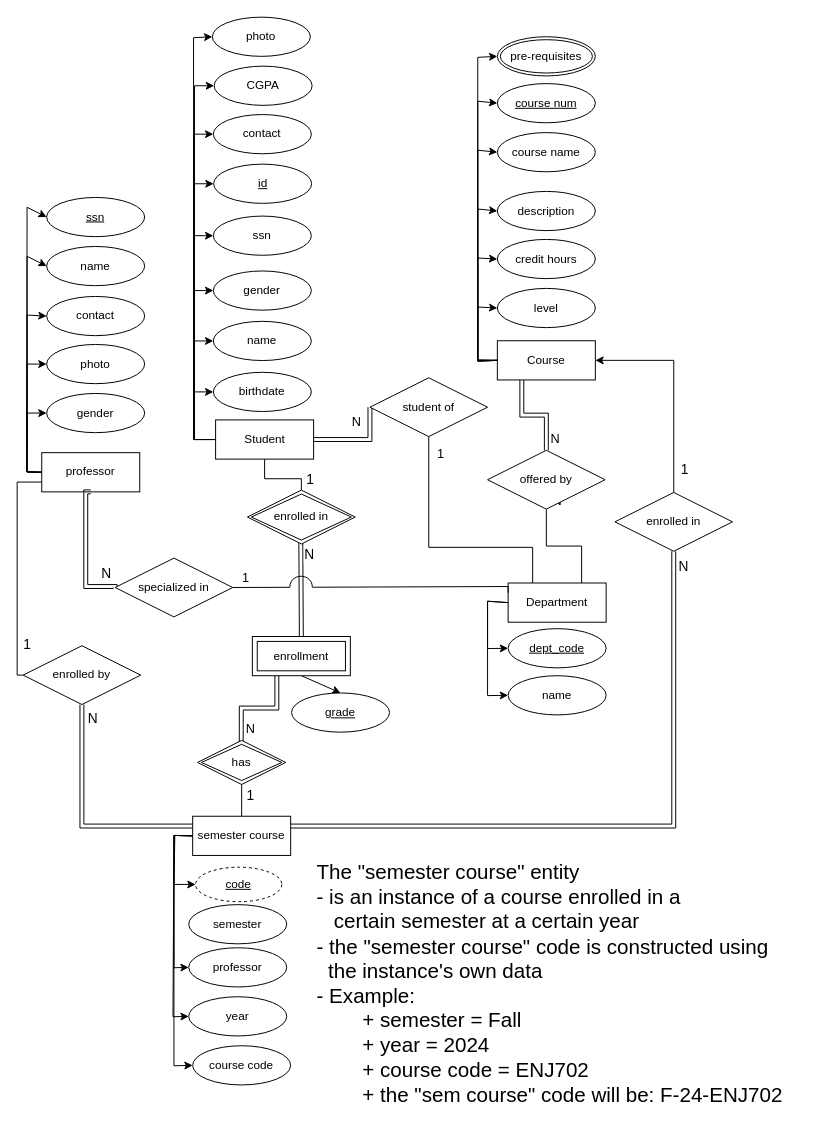
The draw.io diagram diagrams/University_ERD.drawio in DiaaAhmedHassan/university_system, before the edit. Source tidied: cells renumbered, new cells numbered last; positions are measured from the earlier drawing's top-left corner, leaving out a move shared by most shapes. Both pictures are drawn from the tidied source at 98%, with x=0, y=0 at pixel (-460, 17).
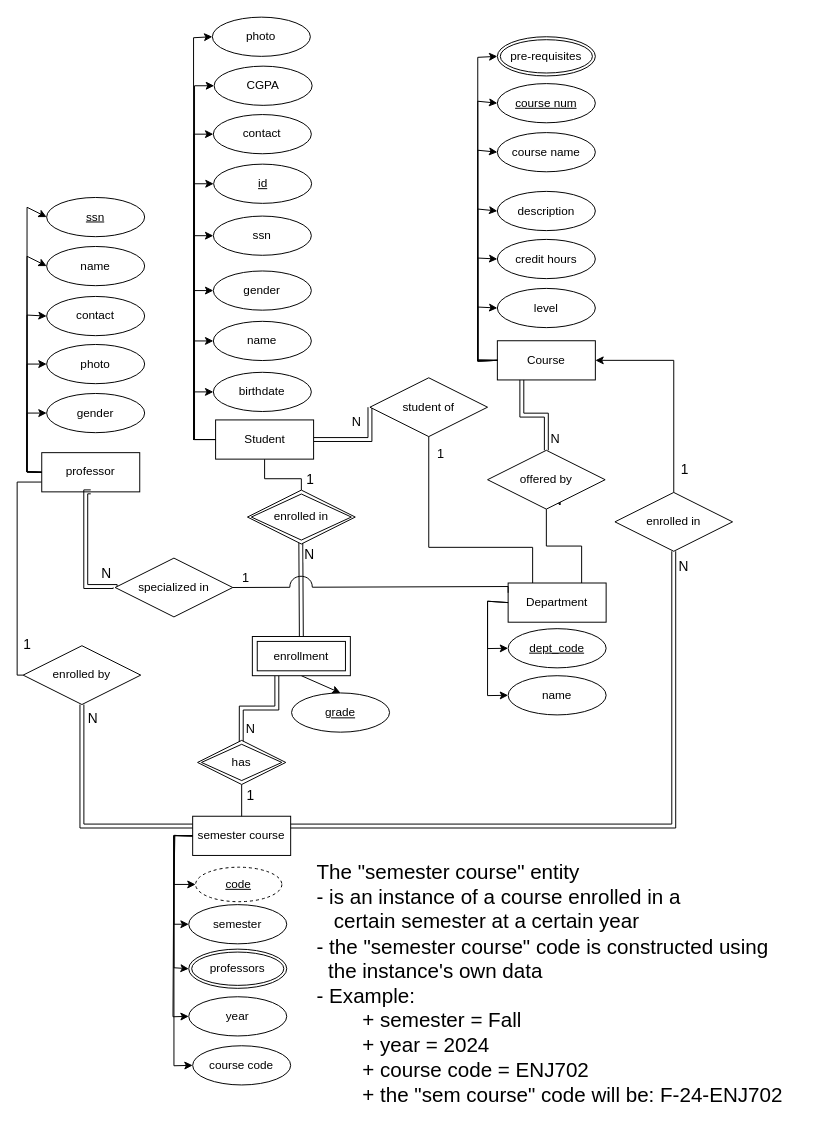
The same page after the edit.

The change refers to these unchanged cells:
```xml
<mxCell id="15" value="semester" style="ellipse;whiteSpace=wrap;html=1;align=center;" parent="1" vertex="1">
  <mxGeometry x="661.1" y="905.6" width="100" height="40" as="geometry" />
</mxCell>
<mxCell id="17" value="semester course" style="whiteSpace=wrap;html=1;align=center;" parent="1" vertex="1">
  <mxGeometry x="665.1" y="815.4" width="100" height="40" as="geometry" />
</mxCell>
```

What changed in the source:
```diff
@@
-    <mxCell id="16" value="professor" style="ellipse;whiteSpace=wrap;html=1;align=center;" parent="1" vertex="1">
-      <mxGeometry x="661.1" y="949.6" width="100" height="40" as="geometry" />
-    </mxCell>
+    <mxCell id="106" style="edgeStyle=orthogonalEdgeStyle;rounded=0;jettySize=auto;html=1;entryX=0;entryY=0.5;entryDx=0;entryDy=0;" parent="1" edge="1" source="17" target="15">
+      <mxGeometry relative="1" as="geometry">
+        <Array as="points">
+          <mxPoint x="646" y="835" />
+          <mxPoint x="646" y="926" />
+        </Array>
+      </mxGeometry>
+    </mxCell>
@@
-    <mxCell id="18" style="edgeStyle=none;jettySize=auto;html=1;rounded=0;exitX=0;exitY=0.5;exitDx=0;exitDy=0;entryX=0;entryY=0.5;entryDx=0;entryDy=0;" parent="1" edge="1" source="17" target="16">
+    <mxCell id="18" style="edgeStyle=none;jettySize=auto;html=1;rounded=0;exitX=0;exitY=0.5;exitDx=0;exitDy=0;entryX=0;entryY=0.5;entryDx=0;entryDy=0;" parent="1" edge="1" source="17" target="107">
       <mxGeometry relative="1" as="geometry">
         <Array as="points">
           <mxPoint x="646" y="835" />
           <mxPoint x="646" y="970" />
         </Array>
       </mxGeometry>
     </mxCell>
@@
+    <mxCell id="107" value="professors" style="ellipse;shape=doubleEllipse;margin=3;whiteSpace=wrap;html=1;align=center;" parent="1" vertex="1">
+      <mxGeometry x="661.1" y="951" width="100" height="40" as="geometry" />
+    </mxCell>
```
